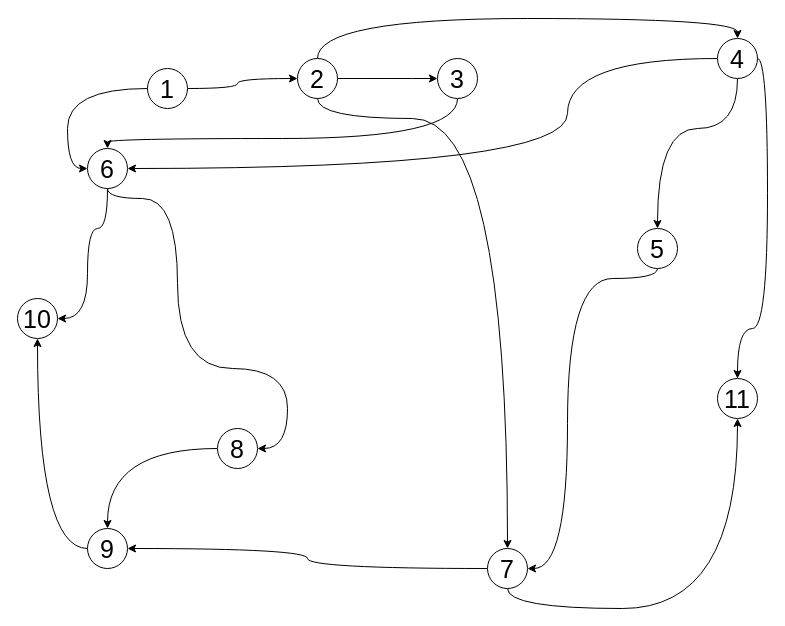
Earlier version of the draw.io diagram src/Untitled Diagram.drawio (Niccko/Vichmat_5_2). Source tidied: cells renumbered, new cells numbered last; positions are measured from the earlier drawing's top-left corner, leaving out a move shared by most shapes. Both pictures are drawn from the tidied source at 100%, with x=0, y=0 at pixel (17, 18).
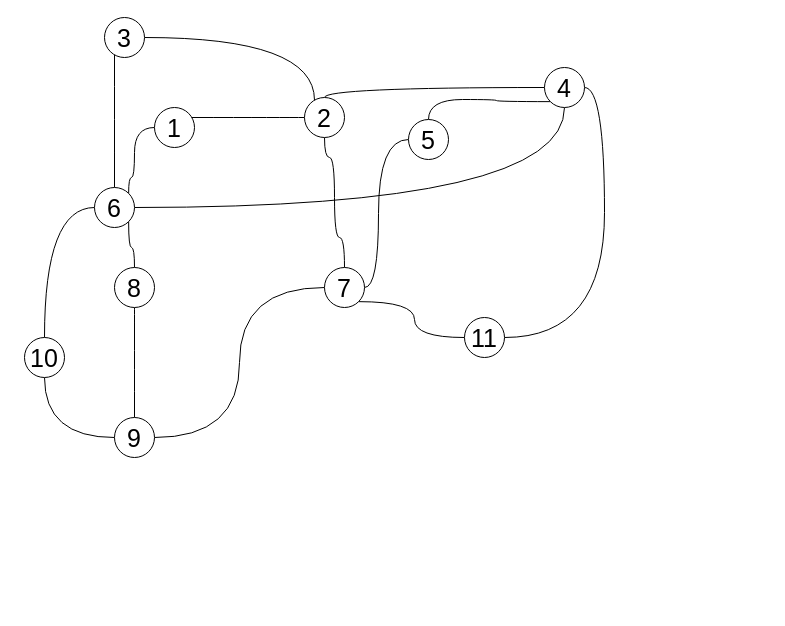
After the change.

The edit, as a diff of the source:
```diff
@@
-    <mxCell id="2" style="edgeStyle=orthogonalEdgeStyle;jettySize=auto;html=1;entryX=0;entryY=0.5;entryDx=0;entryDy=0;shadow=0;curved=1;" parent="1" edge="1" source="4" target="8">
+    <mxCell id="2" style="edgeStyle=orthogonalEdgeStyle;jettySize=auto;html=1;entryX=0;entryY=0.5;entryDx=0;entryDy=0;shadow=0;curved=1;endArrow=none;endFill=0;" parent="1" edge="1" source="4" target="8">
       <mxGeometry relative="1" as="geometry">
         <Array as="points">
-          <mxPoint x="220" y="70" />
-          <mxPoint x="220" y="60" />
+          <mxPoint x="267" y="99" />
+          <mxPoint x="267" y="99" />
         </Array>
       </mxGeometry>
     </mxCell>
-    <mxCell id="3" style="edgeStyle=orthogonalEdgeStyle;jettySize=auto;html=1;entryX=0;entryY=0.5;entryDx=0;entryDy=0;shadow=0;curved=1;" parent="1" edge="1" source="4" target="19">
+    <mxCell id="3" style="edgeStyle=orthogonalEdgeStyle;jettySize=auto;html=1;entryX=1;entryY=0;entryDx=0;entryDy=0;shadow=0;curved=1;endArrow=none;endFill=0;" parent="1" edge="1" source="4" target="19">
       <mxGeometry relative="1" as="geometry">
         <Array as="points">
-          <mxPoint x="50" y="70" />
-          <mxPoint x="50" y="150" />
+          <mxPoint x="117" y="109" />
+          <mxPoint x="117" y="159" />
+          <mxPoint x="111" y="159" />
         </Array>
       </mxGeometry>
     </mxCell>
     <mxCell id="4" value="&lt;font style=&quot;font-size: 25px&quot;&gt;1&lt;/font&gt;" style="ellipse;whiteSpace=wrap;html=1;shadow=0;" parent="1" vertex="1">
-      <mxGeometry x="130" y="50" width="40" height="40" as="geometry" />
+      <mxGeometry x="137" y="89" width="40" height="40" as="geometry" />
     </mxCell>
-    <mxCell id="5" style="edgeStyle=orthogonalEdgeStyle;jettySize=auto;html=1;entryX=0;entryY=0.5;entryDx=0;entryDy=0;shadow=0;curved=1;" parent="1" edge="1" source="8" target="10">
+    <mxCell id="5" style="edgeStyle=orthogonalEdgeStyle;jettySize=auto;html=1;entryX=1;entryY=0.5;entryDx=0;entryDy=0;shadow=0;curved=1;endArrow=none;endFill=0;" parent="1" edge="1" source="8" target="10">
       <mxGeometry relative="1" as="geometry">
         <Array as="points">
-          <mxPoint x="380" y="60" />
-          <mxPoint x="380" y="60" />
+          <mxPoint x="297" y="19" />
         </Array>
       </mxGeometry>
     </mxCell>
-    <mxCell id="6" style="edgeStyle=orthogonalEdgeStyle;jettySize=auto;html=1;entryX=0.5;entryY=0;entryDx=0;entryDy=0;shadow=0;curved=1;" parent="1" edge="1" source="8" target="14">
+    <mxCell id="6" style="edgeStyle=orthogonalEdgeStyle;jettySize=auto;html=1;entryX=0;entryY=0.5;entryDx=0;entryDy=0;shadow=0;curved=1;endArrow=none;endFill=0;" parent="1" edge="1" source="8" target="14">
       <mxGeometry relative="1" as="geometry">
         <Array as="points">
-          <mxPoint x="300" />
-          <mxPoint x="720" />
+          <mxPoint x="307" y="69" />
         </Array>
       </mxGeometry>
     </mxCell>
-    <mxCell id="7" style="edgeStyle=orthogonalEdgeStyle;jettySize=auto;html=1;entryX=0.5;entryY=0;entryDx=0;entryDy=0;shadow=0;curved=1;" parent="1" edge="1" source="8" target="22">
+    <mxCell id="7" style="edgeStyle=orthogonalEdgeStyle;jettySize=auto;html=1;entryX=0.5;entryY=0;entryDx=0;entryDy=0;shadow=0;curved=1;endArrow=none;endFill=0;" parent="1" edge="1" source="8" target="22">
       <mxGeometry relative="1" as="geometry">
         <Array as="points">
-          <mxPoint x="300" y="100" />
-          <mxPoint x="490" y="100" />
+          <mxPoint x="307" y="139" />
+          <mxPoint x="317" y="139" />
+          <mxPoint x="317" y="219" />
+          <mxPoint x="327" y="219" />
         </Array>
       </mxGeometry>
     </mxCell>
     <mxCell id="8" value="&lt;font style=&quot;font-size: 25px&quot;&gt;2&lt;/font&gt;" style="ellipse;whiteSpace=wrap;html=1;shadow=0;" parent="1" vertex="1">
-      <mxGeometry x="280" y="40" width="40" height="40" as="geometry" />
+      <mxGeometry x="287" y="79" width="40" height="40" as="geometry" />
     </mxCell>
-    <mxCell id="9" style="edgeStyle=orthogonalEdgeStyle;jettySize=auto;html=1;entryX=0.5;entryY=0;entryDx=0;entryDy=0;shadow=0;curved=1;" parent="1" edge="1" source="10" target="19">
+    <mxCell id="9" style="edgeStyle=orthogonalEdgeStyle;jettySize=auto;html=1;entryX=0.5;entryY=0;entryDx=0;entryDy=0;shadow=0;curved=1;endArrow=none;endFill=0;" parent="1" edge="1" source="10" target="19">
       <mxGeometry relative="1" as="geometry">
         <Array as="points">
-          <mxPoint x="440" y="120" />
-          <mxPoint x="90" y="120" />
+          <mxPoint x="97" y="99" />
+          <mxPoint x="97" y="99" />
         </Array>
       </mxGeometry>
     </mxCell>
     <mxCell id="10" value="&lt;font style=&quot;font-size: 25px&quot;&gt;3&lt;/font&gt;" style="ellipse;whiteSpace=wrap;html=1;shadow=0;" parent="1" vertex="1">
-      <mxGeometry x="420" y="40" width="40" height="40" as="geometry" />
+      <mxGeometry x="87" y="-1" width="40" height="40" as="geometry" />
     </mxCell>
-    <mxCell id="11" style="edgeStyle=orthogonalEdgeStyle;jettySize=auto;html=1;entryX=0.5;entryY=0;entryDx=0;entryDy=0;shadow=0;curved=1;" parent="1" edge="1" source="14" target="16">
-      <mxGeometry relative="1" as="geometry">
-        <Array as="points">
-          <mxPoint x="720" y="110" />
-          <mxPoint x="640" y="110" />
-        </Array>
-      </mxGeometry>
+    <mxCell id="11" style="edgeStyle=orthogonalEdgeStyle;curved=1;jettySize=auto;html=1;exitX=0;exitY=1;exitDx=0;exitDy=0;entryX=0.5;entryY=0;entryDx=0;entryDy=0;shadow=0;endArrow=none;endFill=0;strokeColor=#000000;" parent="1" edge="1" source="14" target="16">
+      <mxGeometry relative="1" as="geometry" />
     </mxCell>
+    <mxCell id="13" style="edgeStyle=orthogonalEdgeStyle;curved=1;jettySize=auto;html=1;exitX=1;exitY=0.5;exitDx=0;exitDy=0;entryX=1;entryY=0.5;entryDx=0;entryDy=0;shadow=0;endArrow=none;endFill=0;strokeColor=#000000;" parent="1" edge="1" source="14" target="28">
+      <mxGeometry relative="1" as="geometry" />
+    </mxCell>
-    <mxCell id="12" style="edgeStyle=orthogonalEdgeStyle;jettySize=auto;html=1;entryX=1;entryY=0.5;entryDx=0;entryDy=0;shadow=0;curved=1;endArrow=classic;endFill=1;" parent="1" edge="1" source="14" target="19">
-      <mxGeometry relative="1" as="geometry">
-        <Array as="points">
-          <mxPoint x="550" y="40" />
-          <mxPoint x="550" y="150" />
-        </Array>
-      </mxGeometry>
+    <mxCell id="12" style="edgeStyle=orthogonalEdgeStyle;curved=1;jettySize=auto;html=1;exitX=0.5;exitY=1;exitDx=0;exitDy=0;entryX=1;entryY=0.5;entryDx=0;entryDy=0;shadow=0;endArrow=none;endFill=0;strokeColor=#000000;" parent="1" edge="1" source="14" target="19">
+      <mxGeometry relative="1" as="geometry" />
     </mxCell>
-    <mxCell id="13" style="edgeStyle=orthogonalEdgeStyle;jettySize=auto;html=1;entryX=0.5;entryY=0;entryDx=0;entryDy=0;shadow=0;curved=1;" parent="1" edge="1" source="14" target="28">
-      <mxGeometry relative="1" as="geometry">
-        <Array as="points">
-          <mxPoint x="750" y="40" />
-          <mxPoint x="750" y="310" />
-          <mxPoint x="720" y="310" />
-        </Array>
-      </mxGeometry>
-    </mxCell>
     <mxCell id="14" value="&lt;font style=&quot;font-size: 25px&quot;&gt;4&lt;/font&gt;" style="ellipse;whiteSpace=wrap;html=1;shadow=0;" parent="1" vertex="1">
-      <mxGeometry x="700" y="20" width="40" height="40" as="geometry" />
+      <mxGeometry x="527" y="49" width="40" height="40" as="geometry" />
     </mxCell>
-    <mxCell id="15" style="edgeStyle=orthogonalEdgeStyle;jettySize=auto;html=1;entryX=1;entryY=0.5;entryDx=0;entryDy=0;shadow=0;curved=1;" parent="1" edge="1" source="16" target="22">
+    <mxCell id="15" style="edgeStyle=orthogonalEdgeStyle;jettySize=auto;html=1;entryX=1;entryY=0.5;entryDx=0;entryDy=0;shadow=0;curved=1;exitX=0;exitY=0.5;exitDx=0;exitDy=0;endArrow=none;endFill=0;" parent="1" edge="1" source="16" target="22">
       <mxGeometry relative="1" as="geometry">
         <Array as="points">
-          <mxPoint x="550" y="260" />
-          <mxPoint x="550" y="550" />
+          <mxPoint x="361" y="121" />
+          <mxPoint x="361" y="269" />
         </Array>
       </mxGeometry>
     </mxCell>
     <mxCell id="16" value="&lt;font style=&quot;font-size: 25px&quot;&gt;5&lt;/font&gt;" style="ellipse;whiteSpace=wrap;html=1;shadow=0;" parent="1" vertex="1">
-      <mxGeometry x="620" y="210" width="40" height="40" as="geometry" />
+      <mxGeometry x="391" y="101" width="40" height="40" as="geometry" />
     </mxCell>
-    <mxCell id="17" style="edgeStyle=orthogonalEdgeStyle;jettySize=auto;html=1;entryX=1;entryY=0.5;entryDx=0;entryDy=0;shadow=0;curved=1;" parent="1" edge="1" source="19" target="24">
-      <mxGeometry relative="1" as="geometry">
-        <Array as="points">
-          <mxPoint x="90" y="180" />
-          <mxPoint x="160" y="180" />
-          <mxPoint x="160" y="350" />
-          <mxPoint x="270" y="350" />
-          <mxPoint x="270" y="430" />
-        </Array>
-      </mxGeometry>
+    <mxCell id="17" style="edgeStyle=orthogonalEdgeStyle;curved=1;jettySize=auto;html=1;exitX=1;exitY=1;exitDx=0;exitDy=0;entryX=0.5;entryY=0;entryDx=0;entryDy=0;shadow=0;endArrow=none;endFill=0;strokeColor=#000000;" parent="1" edge="1" source="19" target="24">
+      <mxGeometry relative="1" as="geometry" />
     </mxCell>
-    <mxCell id="18" style="edgeStyle=orthogonalEdgeStyle;jettySize=auto;html=1;entryX=1;entryY=0.5;entryDx=0;entryDy=0;shadow=0;curved=1;exitX=0.5;exitY=1;exitDx=0;exitDy=0;" parent="1" edge="1" source="19" target="27">
-      <mxGeometry relative="1" as="geometry">
-        <Array as="points">
-          <mxPoint x="90" y="210" />
-          <mxPoint x="70" y="210" />
-          <mxPoint x="70" y="300" />
-        </Array>
-      </mxGeometry>
+    <mxCell id="18" style="edgeStyle=orthogonalEdgeStyle;curved=1;jettySize=auto;html=1;exitX=0;exitY=0.5;exitDx=0;exitDy=0;entryX=0.5;entryY=0;entryDx=0;entryDy=0;shadow=0;endArrow=none;endFill=0;strokeColor=#000000;" parent="1" edge="1" source="19" target="27">
+      <mxGeometry relative="1" as="geometry" />
     </mxCell>
     <mxCell id="19" value="&lt;font style=&quot;font-size: 25px&quot;&gt;6&lt;/font&gt;" style="ellipse;whiteSpace=wrap;html=1;shadow=0;" parent="1" vertex="1">
-      <mxGeometry x="70" y="130" width="40" height="40" as="geometry" />
+      <mxGeometry x="77" y="169" width="40" height="40" as="geometry" />
     </mxCell>
-    <mxCell id="20" style="edgeStyle=orthogonalEdgeStyle;curved=1;jettySize=auto;html=1;entryX=1;entryY=0.5;entryDx=0;entryDy=0;shadow=0;" parent="1" edge="1" source="22" target="26">
+    <mxCell id="20" style="edgeStyle=orthogonalEdgeStyle;curved=1;jettySize=auto;html=1;entryX=1;entryY=0.5;entryDx=0;entryDy=0;shadow=0;endArrow=none;endFill=0;" parent="1" edge="1" source="22" target="26">
       <mxGeometry relative="1" as="geometry" />
     </mxCell>
-    <mxCell id="21" style="edgeStyle=orthogonalEdgeStyle;curved=1;jettySize=auto;html=1;entryX=0.5;entryY=1;entryDx=0;entryDy=0;shadow=0;" parent="1" edge="1" source="22" target="28">
-      <mxGeometry relative="1" as="geometry">
-        <Array as="points">
-          <mxPoint x="490" y="590" />
-          <mxPoint x="720" y="590" />
-        </Array>
-      </mxGeometry>
+    <mxCell id="21" style="edgeStyle=orthogonalEdgeStyle;curved=1;jettySize=auto;html=1;exitX=1;exitY=1;exitDx=0;exitDy=0;entryX=0;entryY=0.5;entryDx=0;entryDy=0;shadow=0;endArrow=none;endFill=0;strokeColor=#000000;" parent="1" edge="1" source="22" target="28">
+      <mxGeometry relative="1" as="geometry" />
     </mxCell>
     <mxCell id="22" value="&lt;font style=&quot;font-size: 25px&quot;&gt;7&lt;/font&gt;" style="ellipse;whiteSpace=wrap;html=1;shadow=0;" parent="1" vertex="1">
-      <mxGeometry x="470" y="530" width="40" height="40" as="geometry" />
+      <mxGeometry x="307" y="249" width="40" height="40" as="geometry" />
     </mxCell>
-    <mxCell id="23" style="edgeStyle=orthogonalEdgeStyle;curved=1;jettySize=auto;html=1;entryX=0.5;entryY=0;entryDx=0;entryDy=0;shadow=0;" parent="1" edge="1" source="24" target="26">
+    <mxCell id="23" style="edgeStyle=orthogonalEdgeStyle;curved=1;jettySize=auto;html=1;entryX=0.5;entryY=0;entryDx=0;entryDy=0;shadow=0;endArrow=none;endFill=0;" parent="1" edge="1" source="24" target="26">
       <mxGeometry relative="1" as="geometry" />
     </mxCell>
     <mxCell id="24" value="&lt;font style=&quot;font-size: 25px&quot;&gt;8&lt;/font&gt;" style="ellipse;whiteSpace=wrap;html=1;shadow=0;" parent="1" vertex="1">
-      <mxGeometry x="200" y="410" width="40" height="40" as="geometry" />
+      <mxGeometry x="97" y="249" width="40" height="40" as="geometry" />
     </mxCell>
-    <mxCell id="25" style="edgeStyle=orthogonalEdgeStyle;curved=1;jettySize=auto;html=1;entryX=0.5;entryY=1;entryDx=0;entryDy=0;shadow=0;" parent="1" edge="1" source="26" target="27">
+    <mxCell id="25" style="edgeStyle=orthogonalEdgeStyle;curved=1;jettySize=auto;html=1;entryX=0.5;entryY=1;entryDx=0;entryDy=0;shadow=0;endArrow=none;endFill=0;" parent="1" edge="1" source="26" target="27">
       <mxGeometry relative="1" as="geometry" />
     </mxCell>
     <mxCell id="26" value="&lt;font style=&quot;font-size: 25px&quot;&gt;9&lt;/font&gt;" style="ellipse;whiteSpace=wrap;html=1;shadow=0;" parent="1" vertex="1">
-      <mxGeometry x="70" y="510" width="40" height="40" as="geometry" />
+      <mxGeometry x="97" y="399" width="40" height="40" as="geometry" />
     </mxCell>
     <mxCell id="27" value="&lt;font style=&quot;font-size: 25px&quot;&gt;10&lt;/font&gt;" style="ellipse;whiteSpace=wrap;html=1;shadow=0;" parent="1" vertex="1">
-      <mxGeometry y="280" width="40" height="40" as="geometry" />
+      <mxGeometry x="7" y="319" width="40" height="40" as="geometry" />
     </mxCell>
     <mxCell id="28" value="&lt;font style=&quot;font-size: 25px&quot;&gt;11&lt;/font&gt;" style="ellipse;whiteSpace=wrap;html=1;shadow=0;" parent="1" vertex="1">
-      <mxGeometry x="700" y="360" width="40" height="40" as="geometry" />
+      <mxGeometry x="447" y="299" width="40" height="40" as="geometry" />
     </mxCell>
```
